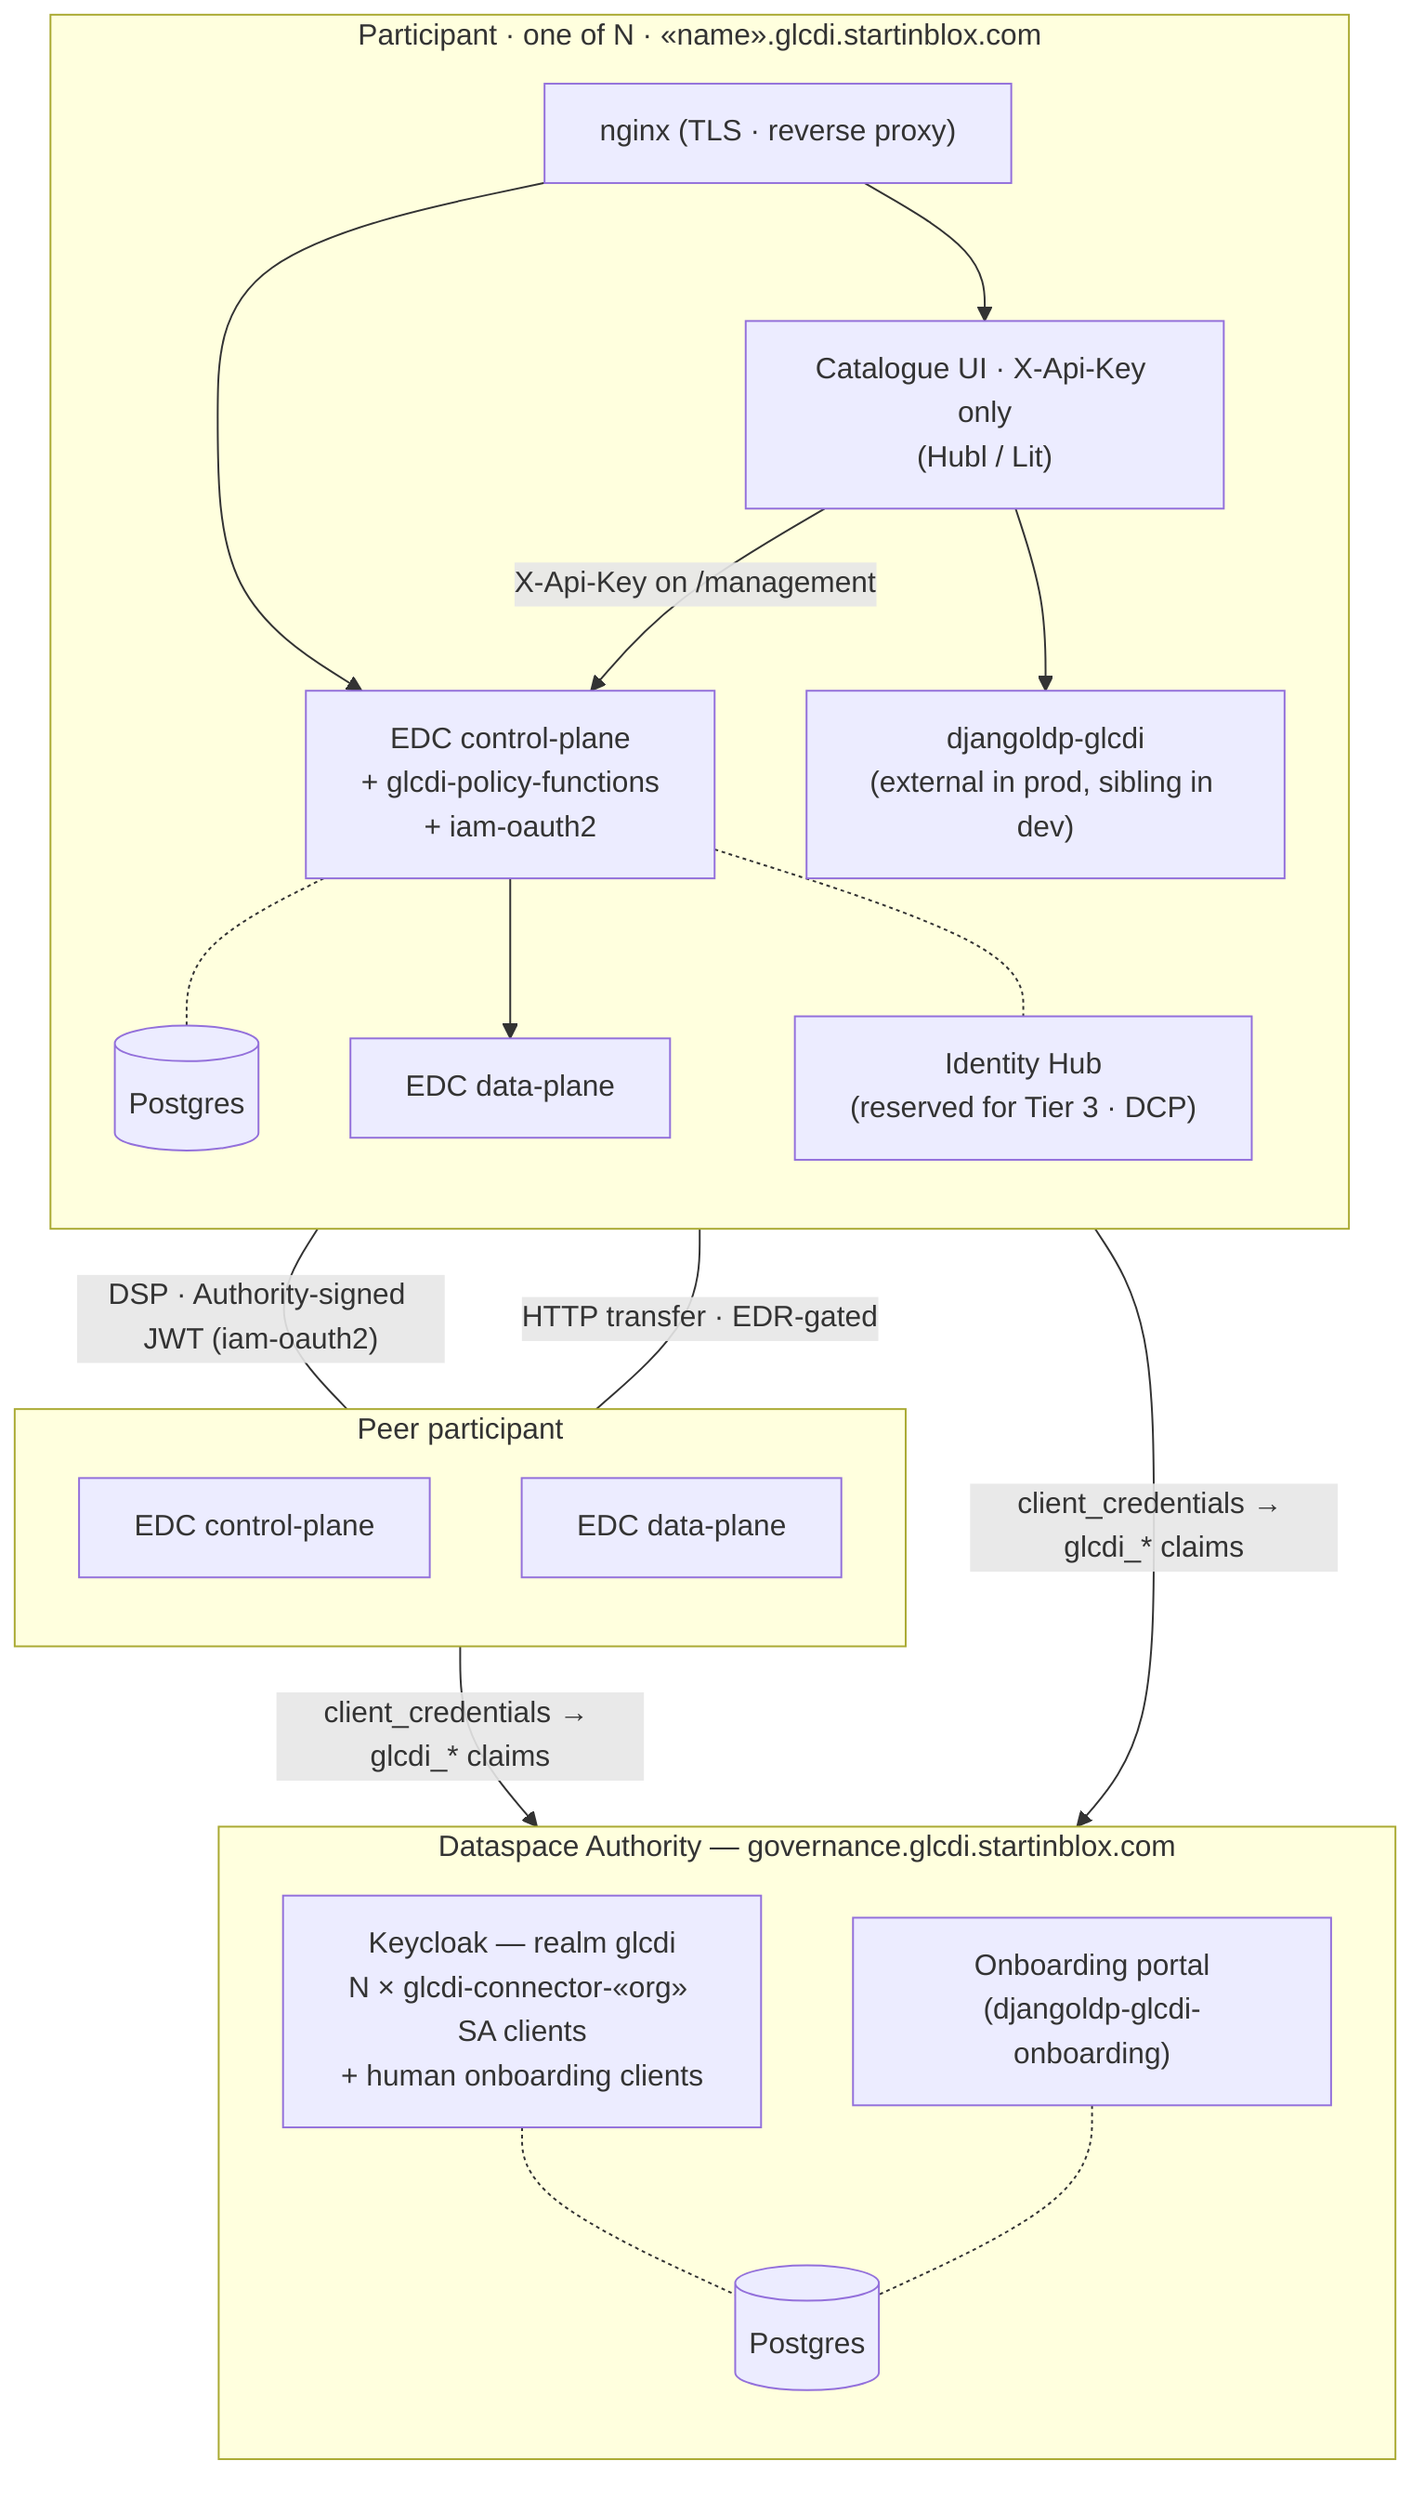
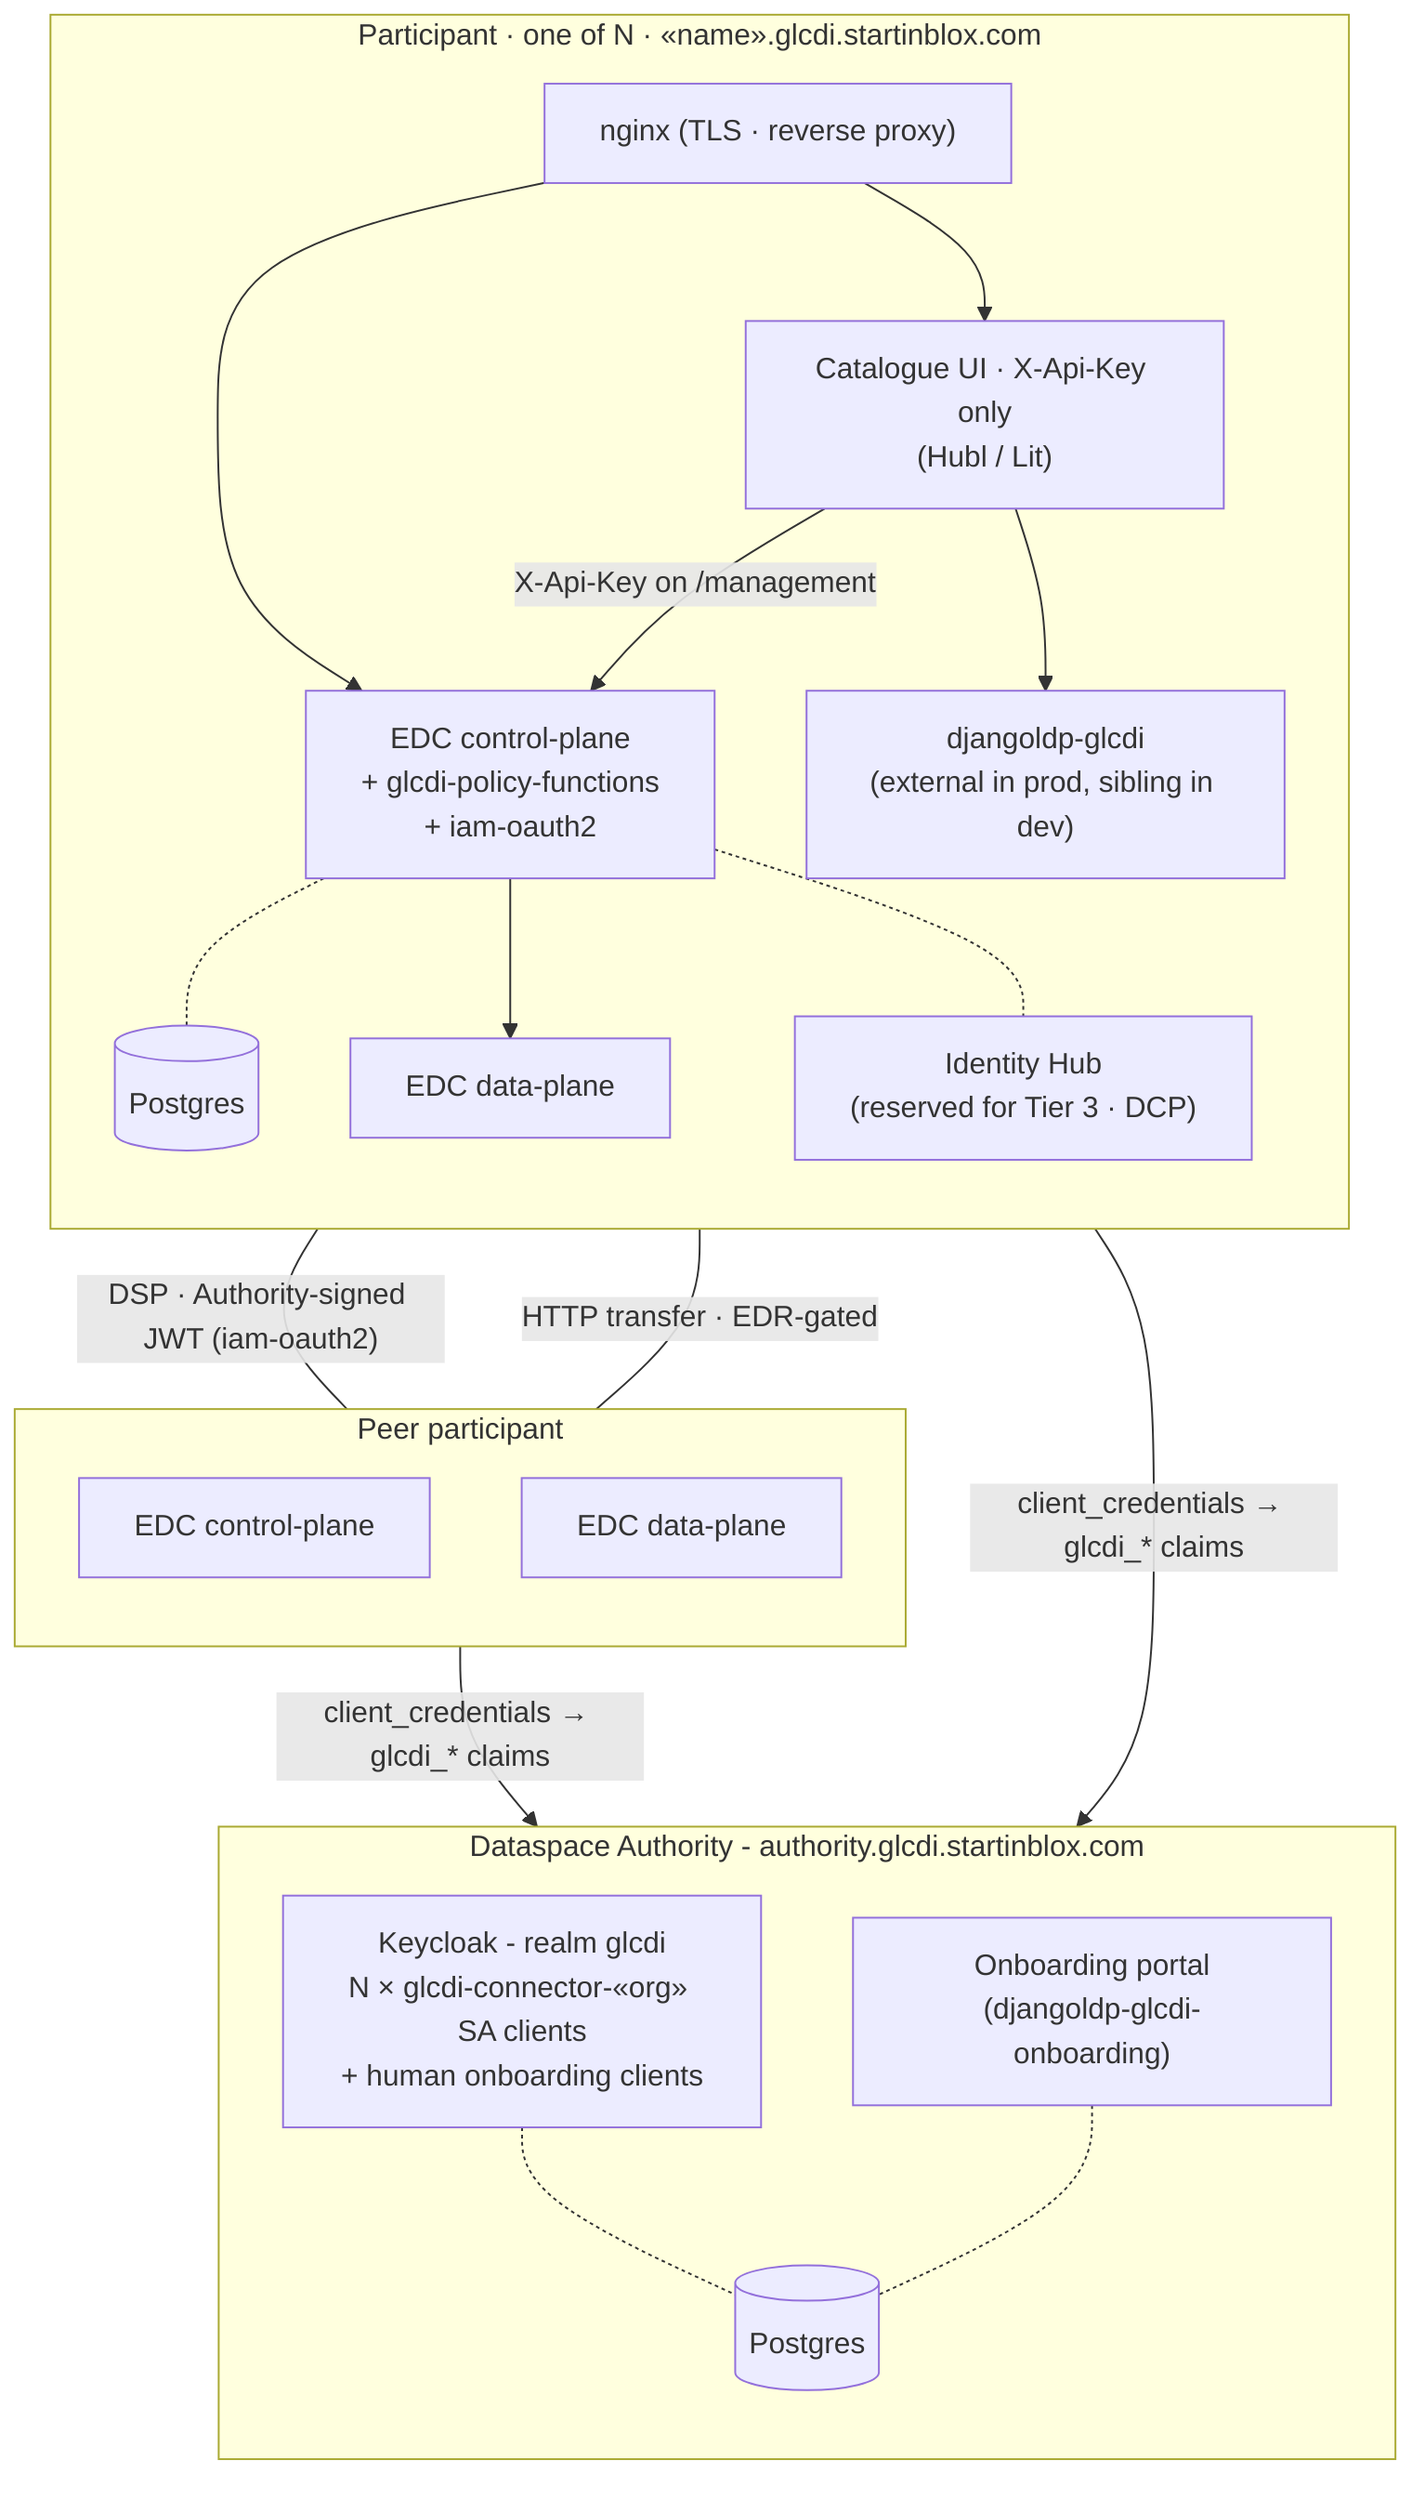
flowchart TB
-     subgraph Auth["Dataspace Authority — governance.glcdi.startinblox.com"]
+     subgraph Auth["Dataspace Authority - authority.glcdi.startinblox.com"]
        direction TB
-         AKC["Keycloak — realm glcdi<br/>N × glcdi-connector-«org» SA clients<br/>+ human onboarding clients"]
+         AKC["Keycloak - realm glcdi<br/>N × glcdi-connector-«org» SA clients<br/>+ human onboarding clients"]
        Onb["Onboarding portal<br/>(djangoldp-glcdi-onboarding)"]
        APg[("Postgres")]
        AKC -.- APg
        Onb -.- APg
    end

    subgraph PA["Participant · one of N · «name».glcdi.startinblox.com"]
        direction TB
        NGX["nginx (TLS · reverse proxy)"]
        UI["Catalogue UI · X-Api-Key only<br/>(Hubl / Lit)"]
        CP["EDC control-plane<br/>+ glcdi-policy-functions<br/>+ iam-oauth2"]
        DP["EDC data-plane"]
        IDH["Identity Hub<br/>(reserved for Tier 3 · DCP)"]
        LDP["djangoldp-glcdi<br/>(external in prod, sibling in dev)"]
        Pg[("Postgres")]
        NGX --> UI
        NGX --> CP
        UI --> LDP
        CP -.- Pg
        CP --> DP
        CP -.- IDH
    end

    subgraph PB["Peer participant"]
        direction TB
        CP2["EDC control-plane"]
        DP2["EDC data-plane"]
    end

    UI -->|"X-Api-Key on /management"| CP
    CP ---|"DSP · Authority-signed JWT (iam-oauth2)"| CP2
    DP ---|"HTTP transfer · EDR-gated"| DP2
    CP -->|"client_credentials → glcdi_* claims"| AKC
    CP2 -->|"client_credentials → glcdi_* claims"| AKC
